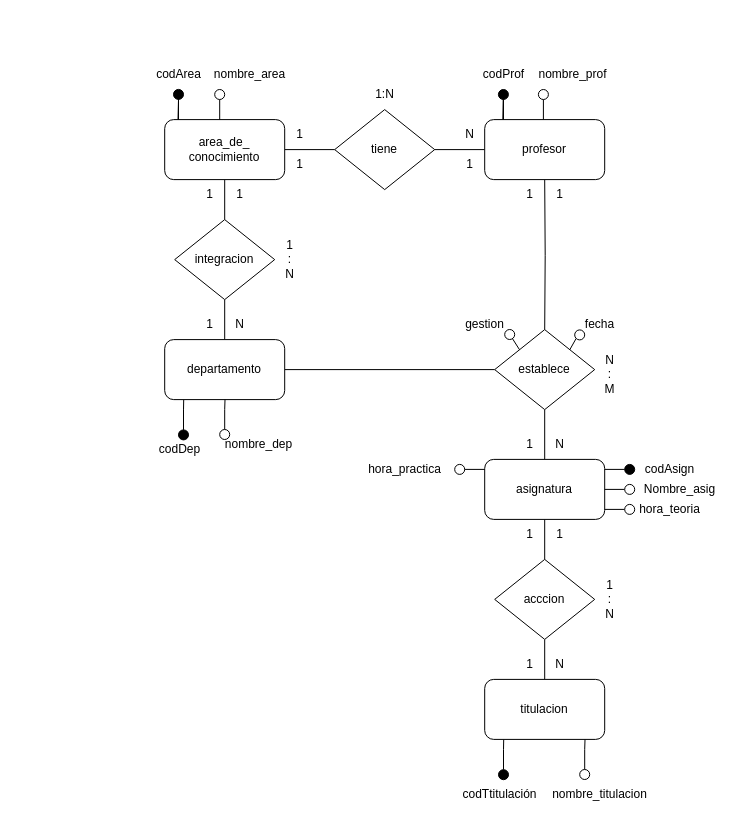
Abigail08082001/diagramasBasedeDatos keeps this draw.io diagram as auxiliatura/primerParcial/E4_Universidad.drawio. Above is the earlier version. Source tidied: cells renumbered, new cells numbered last; positions are measured from the earlier drawing's top-left corner, leaving out a move shared by most shapes. Both pictures are drawn from the tidied source at 100%, with x=0, y=0 at pixel (143, 59).
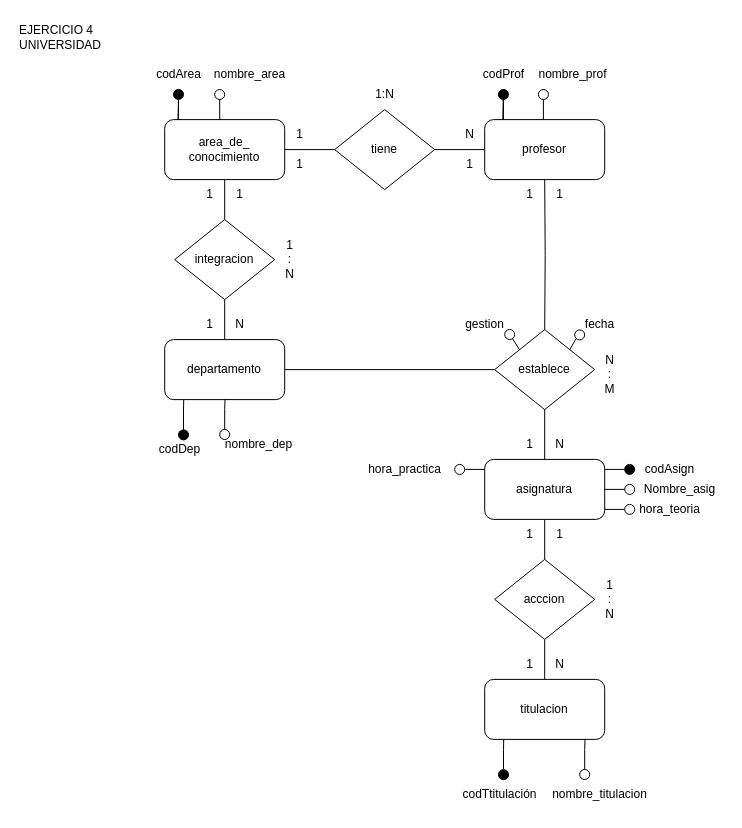
After the change.

The edit, as a diff of the source:
```diff
@@
+    <mxCell id="82" value="&lt;div align=&quot;left&quot; title=&quot;Page 1&quot; class=&quot;page&quot;&gt;&lt;div class=&quot;layoutArea&quot;&gt;&lt;div class=&quot;column&quot;&gt;EJERCICIO 4&lt;br&gt;UNIVERSIDAD&lt;br&gt;&lt;/div&gt;&lt;/div&gt;&lt;/div&gt;" style="text;html=1;align=left;verticalAlign=middle;strokeColor=none;fillColor=none;" parent="1" vertex="1">
+      <mxGeometry x="-126" y="-42" width="110" height="40" as="geometry" />
+    </mxCell>
```
